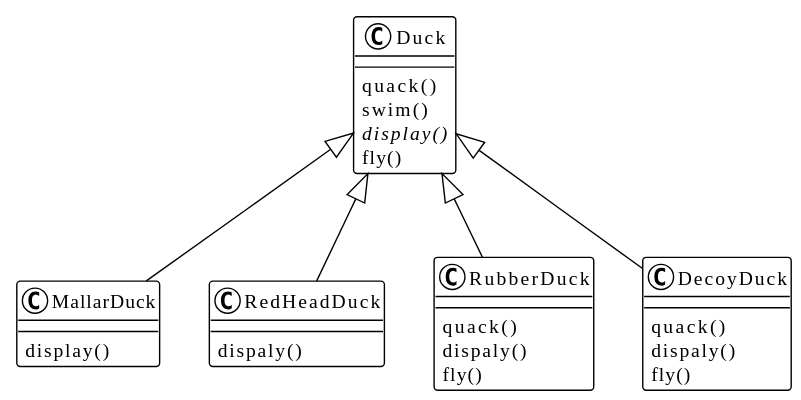
chesterchenn/HFDP keeps this PlantUML diagram as src/chaptera/b/uml.svg. Above is the earlier version.
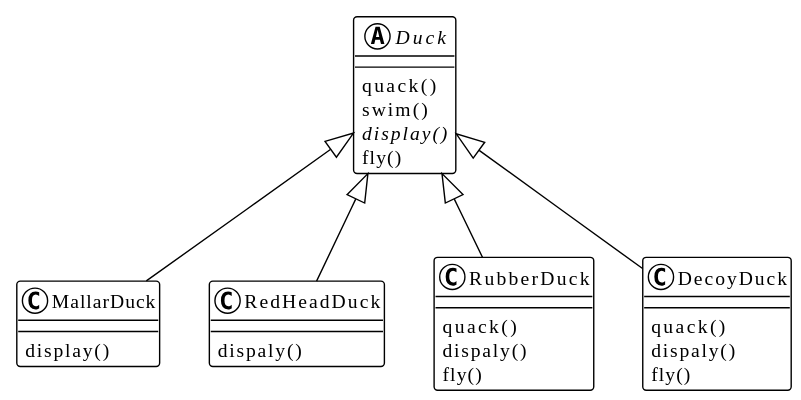
Above is the later version.

The edit, as a diff of the source:
```diff
@@ -5,7 +5,7 @@
 Duck <|-- RubberDuck
 Duck <|-- DecoyDuck
 
-Class Duck {
+abstract class Duck {
   quack()
   swim()
   {abstract} display()
```
